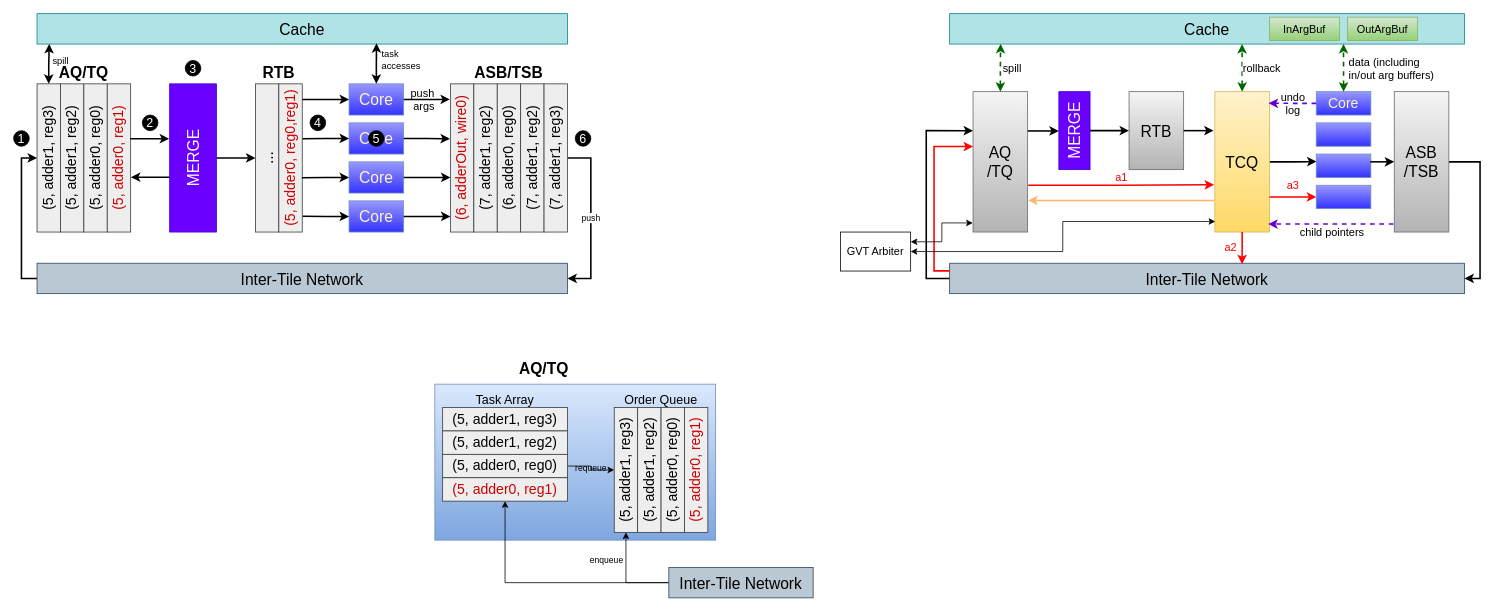
Above: verilator_digrams/专用硬件2_13.drawio in Dercury/CLDK (draw.io), before the change. Source tidied: cells renumbered, new cells numbered last; positions are measured from the earlier drawing's top-left corner, leaving out a move shared by most shapes. Both pictures are drawn from the tidied source at 78%, with x=0, y=0 at pixel (13, 13).
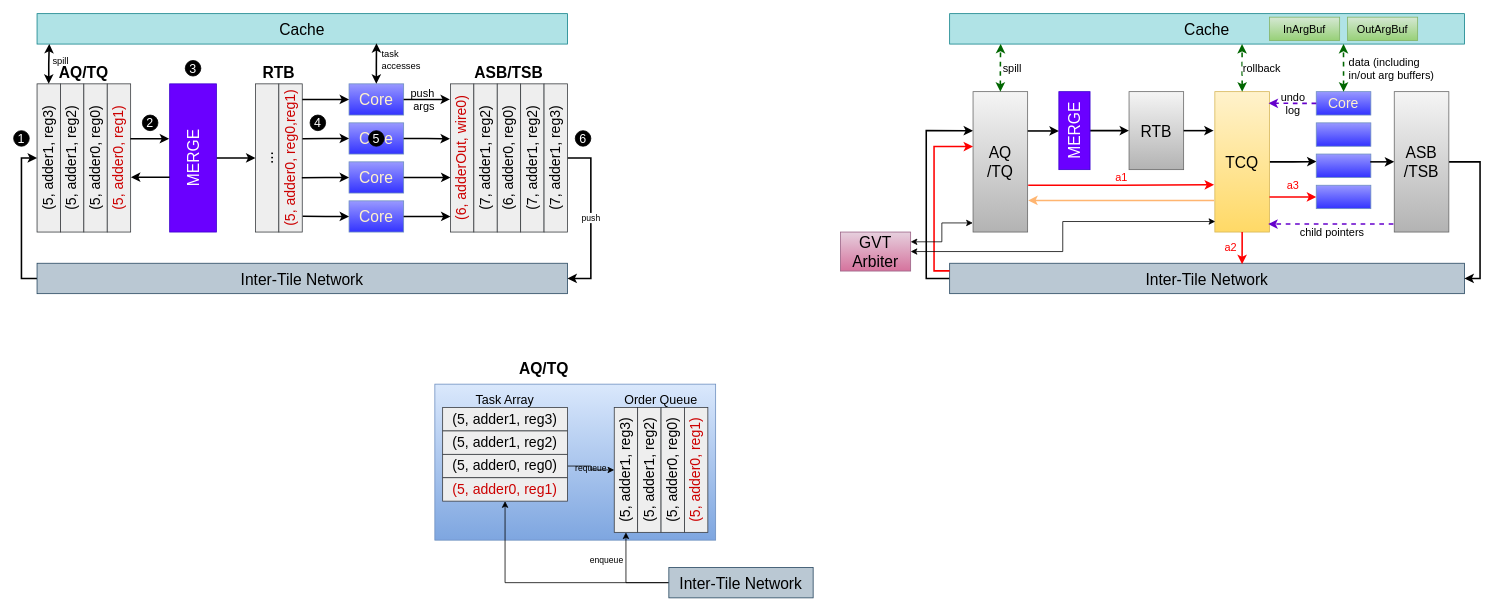
Above is the later version.

Commit message:
更新专用硬件2_13.drawio

What changed in the source:
```diff
@@
-    <mxCell id="74" value="GVT Arbiter" style="rounded=0;whiteSpace=wrap;html=1;fontSize=14;" parent="1" vertex="1">
+    <mxCell id="74" value="GVT Arbiter" style="rounded=0;whiteSpace=wrap;html=1;fontSize=20;fillColor=#e6d0de;strokeColor=#996185;gradientColor=#d5739d;fontStyle=0;" parent="1" vertex="1">
       <mxGeometry x="1060" y="280" width="90" height="50" as="geometry" />
     </mxCell>
```
